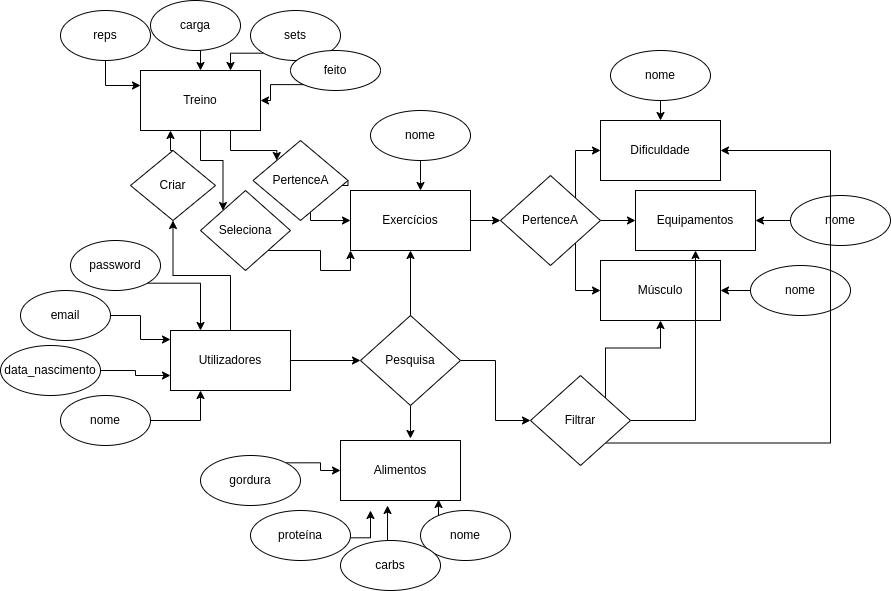
tskxz/BrowseMuscle keeps this draw.io diagram as docs/imgs/BrowseMuscle.drawio.png. Above is the earlier version. Source tidied: cells renumbered, new cells last; positions are measured from the earlier drawing's top-left corner, leaving out a move shared by most shapes. Its diagram source:
```xml
<mxGraphModel>
  <root>
    <mxCell id="0" />
    <mxCell id="1" parent="0" />
    <mxCell id="2" style="edgeStyle=orthogonalEdgeStyle;rounded=0;jettySize=auto;html=1;exitX=1;exitY=0.5;exitDx=0;exitDy=0;" parent="1" edge="1" source="3" target="13">
      <mxGeometry relative="1" as="geometry" />
    </mxCell>
    <mxCell id="3" value="Exercícios" style="rounded=0;whiteSpace=wrap;html=1;" parent="1" vertex="1">
      <mxGeometry x="350" y="190" width="120" height="60" as="geometry" />
    </mxCell>
    <mxCell id="4" style="edgeStyle=orthogonalEdgeStyle;rounded=0;jettySize=auto;html=1;exitX=0.5;exitY=0;exitDx=0;exitDy=0;entryX=0.5;entryY=1;entryDx=0;entryDy=0;" parent="1" edge="1" source="6" target="47">
      <mxGeometry relative="1" as="geometry" />
    </mxCell>
    <mxCell id="5" style="edgeStyle=orthogonalEdgeStyle;rounded=0;jettySize=auto;html=1;exitX=1;exitY=0.5;exitDx=0;exitDy=0;entryX=0;entryY=0.5;entryDx=0;entryDy=0;" parent="1" edge="1" source="6" target="34">
      <mxGeometry relative="1" as="geometry" />
    </mxCell>
    <mxCell id="6" value="Utilizadores" style="rounded=0;whiteSpace=wrap;html=1;" parent="1" vertex="1">
      <mxGeometry x="170" y="330" width="120" height="60" as="geometry" />
    </mxCell>
    <mxCell id="7" value="Equipamentos" style="rounded=0;whiteSpace=wrap;html=1;" parent="1" vertex="1">
      <mxGeometry x="635" y="190" width="120" height="60" as="geometry" />
    </mxCell>
    <mxCell id="8" value="Dificuldade" style="rounded=0;whiteSpace=wrap;html=1;" parent="1" vertex="1">
      <mxGeometry x="600" y="120" width="120" height="60" as="geometry" />
    </mxCell>
    <mxCell id="9" value="Músculo" style="rounded=0;whiteSpace=wrap;html=1;" parent="1" vertex="1">
      <mxGeometry x="600" y="260" width="120" height="60" as="geometry" />
    </mxCell>
    <mxCell id="10" style="edgeStyle=orthogonalEdgeStyle;rounded=0;jettySize=auto;html=1;exitX=1;exitY=0.5;exitDx=0;exitDy=0;" parent="1" edge="1" source="13" target="7">
      <mxGeometry relative="1" as="geometry" />
    </mxCell>
    <mxCell id="11" style="edgeStyle=orthogonalEdgeStyle;rounded=0;jettySize=auto;html=1;exitX=1;exitY=1;exitDx=0;exitDy=0;entryX=0;entryY=0.5;entryDx=0;entryDy=0;" parent="1" edge="1" source="13" target="9">
      <mxGeometry relative="1" as="geometry" />
    </mxCell>
    <mxCell id="12" style="edgeStyle=orthogonalEdgeStyle;rounded=0;jettySize=auto;html=1;exitX=1;exitY=0;exitDx=0;exitDy=0;entryX=0;entryY=0.5;entryDx=0;entryDy=0;" parent="1" edge="1" source="13" target="8">
      <mxGeometry relative="1" as="geometry" />
    </mxCell>
    <mxCell id="13" value="PertenceA" style="rhombus;whiteSpace=wrap;html=1;" parent="1" vertex="1">
      <mxGeometry x="500" y="175" width="100" height="90" as="geometry" />
    </mxCell>
    <mxCell id="14" style="edgeStyle=orthogonalEdgeStyle;rounded=0;jettySize=auto;html=1;exitX=0.5;exitY=1;exitDx=0;exitDy=0;" parent="1" edge="1" source="15" target="3">
      <mxGeometry relative="1" as="geometry">
        <Array as="points">
          <mxPoint x="420" y="180" />
          <mxPoint x="420" y="180" />
        </Array>
      </mxGeometry>
    </mxCell>
    <mxCell id="15" value="nome" style="ellipse;whiteSpace=wrap;html=1;" parent="1" vertex="1">
      <mxGeometry x="370" y="110" width="100" height="50" as="geometry" />
    </mxCell>
    <mxCell id="16" style="edgeStyle=orthogonalEdgeStyle;rounded=0;jettySize=auto;html=1;exitX=0.5;exitY=1;exitDx=0;exitDy=0;entryX=0.5;entryY=0;entryDx=0;entryDy=0;" parent="1" edge="1" source="17" target="8">
      <mxGeometry relative="1" as="geometry" />
    </mxCell>
    <mxCell id="17" value="nome" style="ellipse;whiteSpace=wrap;html=1;" parent="1" vertex="1">
      <mxGeometry x="610" y="50" width="100" height="50" as="geometry" />
    </mxCell>
    <mxCell id="18" style="edgeStyle=orthogonalEdgeStyle;rounded=0;jettySize=auto;html=1;exitX=0;exitY=0.5;exitDx=0;exitDy=0;entryX=1;entryY=0.5;entryDx=0;entryDy=0;" parent="1" edge="1" target="7">
      <mxGeometry relative="1" as="geometry">
        <mxPoint x="790" y="220" as="sourcePoint" />
      </mxGeometry>
    </mxCell>
    <mxCell id="19" value="nome" style="ellipse;whiteSpace=wrap;html=1;" parent="1" vertex="1">
      <mxGeometry x="790" y="195" width="100" height="50" as="geometry" />
    </mxCell>
    <mxCell id="20" style="edgeStyle=orthogonalEdgeStyle;rounded=0;jettySize=auto;html=1;exitX=0;exitY=0.5;exitDx=0;exitDy=0;" parent="1" edge="1" source="21" target="9">
      <mxGeometry relative="1" as="geometry" />
    </mxCell>
    <mxCell id="21" value="nome" style="ellipse;whiteSpace=wrap;html=1;" parent="1" vertex="1">
      <mxGeometry x="750" y="265" width="100" height="50" as="geometry" />
    </mxCell>
    <mxCell id="22" value="Alimentos" style="rounded=0;whiteSpace=wrap;html=1;" parent="1" vertex="1">
      <mxGeometry x="340" y="440" width="120" height="60" as="geometry" />
    </mxCell>
    <mxCell id="23" style="edgeStyle=orthogonalEdgeStyle;rounded=0;jettySize=auto;html=1;exitX=0;exitY=0;exitDx=0;exitDy=0;entryX=0.817;entryY=0.983;entryDx=0;entryDy=0;entryPerimeter=0;" parent="1" edge="1" source="24" target="22">
      <mxGeometry relative="1" as="geometry" />
    </mxCell>
    <mxCell id="24" value="nome" style="ellipse;whiteSpace=wrap;html=1;" parent="1" vertex="1">
      <mxGeometry x="420" y="510" width="90" height="50" as="geometry" />
    </mxCell>
    <mxCell id="25" style="edgeStyle=orthogonalEdgeStyle;rounded=0;orthogonalLoop=1;jettySize=auto;html=1;exitX=1;exitY=0;exitDx=0;exitDy=0;" parent="1" edge="1">
      <mxGeometry relative="1" as="geometry">
        <mxPoint x="345.4" y="537.3" as="sourcePoint" />
        <mxPoint x="370" y="510" as="targetPoint" />
      </mxGeometry>
    </mxCell>
    <mxCell id="26" value="proteína" style="ellipse;whiteSpace=wrap;html=1;" parent="1" vertex="1">
      <mxGeometry x="250" y="510" width="100" height="50" as="geometry" />
    </mxCell>
    <mxCell id="27" style="edgeStyle=orthogonalEdgeStyle;rounded=0;jettySize=auto;html=1;exitX=0.5;exitY=0;exitDx=0;exitDy=0;entryX=0.392;entryY=1.083;entryDx=0;entryDy=0;entryPerimeter=0;" parent="1" edge="1" source="28" target="22">
      <mxGeometry relative="1" as="geometry" />
    </mxCell>
    <mxCell id="28" value="carbs" style="ellipse;whiteSpace=wrap;html=1;" parent="1" vertex="1">
      <mxGeometry x="340" y="540" width="100" height="50" as="geometry" />
    </mxCell>
    <mxCell id="29" style="edgeStyle=orthogonalEdgeStyle;rounded=0;jettySize=auto;html=1;exitX=1;exitY=0;exitDx=0;exitDy=0;entryX=0;entryY=0.5;entryDx=0;entryDy=0;" parent="1" edge="1" source="30" target="22">
      <mxGeometry relative="1" as="geometry" />
    </mxCell>
    <mxCell id="30" value="gordura" style="ellipse;whiteSpace=wrap;html=1;" parent="1" vertex="1">
      <mxGeometry x="200" y="455" width="100" height="50" as="geometry" />
    </mxCell>
    <mxCell id="31" style="edgeStyle=orthogonalEdgeStyle;rounded=0;jettySize=auto;html=1;exitX=0.5;exitY=0;exitDx=0;exitDy=0;entryX=0.5;entryY=1;entryDx=0;entryDy=0;" parent="1" edge="1" source="34" target="3">
      <mxGeometry relative="1" as="geometry" />
    </mxCell>
    <mxCell id="32" style="edgeStyle=orthogonalEdgeStyle;rounded=0;jettySize=auto;html=1;exitX=0.5;exitY=1;exitDx=0;exitDy=0;entryX=0.583;entryY=-0.033;entryDx=0;entryDy=0;entryPerimeter=0;" parent="1" edge="1" source="34" target="22">
      <mxGeometry relative="1" as="geometry" />
    </mxCell>
    <mxCell id="33" style="edgeStyle=orthogonalEdgeStyle;rounded=0;jettySize=auto;html=1;exitX=1;exitY=0.5;exitDx=0;exitDy=0;entryX=0;entryY=0.5;entryDx=0;entryDy=0;" parent="1" edge="1" source="34" target="63">
      <mxGeometry relative="1" as="geometry" />
    </mxCell>
    <mxCell id="34" value="Pesquisa" style="rhombus;whiteSpace=wrap;html=1;" parent="1" vertex="1">
      <mxGeometry x="360" y="315" width="100" height="90" as="geometry" />
    </mxCell>
    <mxCell id="35" style="edgeStyle=orthogonalEdgeStyle;rounded=0;jettySize=auto;html=1;exitX=1;exitY=0.5;exitDx=0;exitDy=0;entryX=0;entryY=0.75;entryDx=0;entryDy=0;" parent="1" edge="1" source="36" target="6">
      <mxGeometry relative="1" as="geometry" />
    </mxCell>
    <mxCell id="36" value="data_nascimento" style="ellipse;whiteSpace=wrap;html=1;" parent="1" vertex="1">
      <mxGeometry y="345" width="100" height="50" as="geometry" />
    </mxCell>
    <mxCell id="37" style="edgeStyle=orthogonalEdgeStyle;rounded=0;jettySize=auto;html=1;exitX=1;exitY=0.5;exitDx=0;exitDy=0;entryX=0;entryY=0.15;entryDx=0;entryDy=0;entryPerimeter=0;" parent="1" edge="1" source="38" target="6">
      <mxGeometry relative="1" as="geometry" />
    </mxCell>
    <mxCell id="38" value="email" style="ellipse;whiteSpace=wrap;html=1;" parent="1" vertex="1">
      <mxGeometry x="20" y="290" width="90" height="50" as="geometry" />
    </mxCell>
    <mxCell id="39" style="edgeStyle=orthogonalEdgeStyle;rounded=0;jettySize=auto;html=1;exitX=1;exitY=1;exitDx=0;exitDy=0;entryX=0.25;entryY=0;entryDx=0;entryDy=0;" parent="1" edge="1" source="40" target="6">
      <mxGeometry relative="1" as="geometry" />
    </mxCell>
    <mxCell id="40" value="password" style="ellipse;whiteSpace=wrap;html=1;" parent="1" vertex="1">
      <mxGeometry x="70" y="240" width="90" height="50" as="geometry" />
    </mxCell>
    <mxCell id="41" style="edgeStyle=orthogonalEdgeStyle;rounded=0;jettySize=auto;html=1;exitX=0.75;exitY=1;exitDx=0;exitDy=0;entryX=0;entryY=0;entryDx=0;entryDy=0;" parent="1" edge="1" source="43" target="49">
      <mxGeometry relative="1" as="geometry" />
    </mxCell>
    <mxCell id="42" style="edgeStyle=orthogonalEdgeStyle;rounded=0;jettySize=auto;html=1;exitX=0.5;exitY=1;exitDx=0;exitDy=0;entryX=0;entryY=0;entryDx=0;entryDy=0;" parent="1" edge="1" source="43" target="59">
      <mxGeometry relative="1" as="geometry" />
    </mxCell>
    <mxCell id="43" value="Treino" style="rounded=0;whiteSpace=wrap;html=1;" parent="1" vertex="1">
      <mxGeometry x="140" y="70" width="120" height="60" as="geometry" />
    </mxCell>
    <mxCell id="44" style="edgeStyle=orthogonalEdgeStyle;rounded=0;jettySize=auto;html=1;exitX=1;exitY=0.5;exitDx=0;exitDy=0;entryX=0.25;entryY=1;entryDx=0;entryDy=0;" parent="1" edge="1" source="45" target="6">
      <mxGeometry relative="1" as="geometry" />
    </mxCell>
    <mxCell id="45" value="nome" style="ellipse;whiteSpace=wrap;html=1;" parent="1" vertex="1">
      <mxGeometry x="60" y="395" width="90" height="50" as="geometry" />
    </mxCell>
    <mxCell id="46" style="edgeStyle=orthogonalEdgeStyle;rounded=0;jettySize=auto;html=1;exitX=0.5;exitY=0;exitDx=0;exitDy=0;entryX=0.25;entryY=1;entryDx=0;entryDy=0;" parent="1" edge="1" source="47" target="43">
      <mxGeometry relative="1" as="geometry" />
    </mxCell>
    <mxCell id="47" value="Criar" style="rhombus;whiteSpace=wrap;html=1;" parent="1" vertex="1">
      <mxGeometry x="130" y="150" width="85" height="70" as="geometry" />
    </mxCell>
    <mxCell id="48" style="edgeStyle=orthogonalEdgeStyle;rounded=0;jettySize=auto;html=1;exitX=1;exitY=0.5;exitDx=0;exitDy=0;" parent="1" edge="1" source="49">
      <mxGeometry relative="1" as="geometry">
        <mxPoint x="350" y="220" as="targetPoint" />
        <Array as="points">
          <mxPoint x="310" y="185" />
          <mxPoint x="310" y="220" />
        </Array>
      </mxGeometry>
    </mxCell>
    <mxCell id="49" value="PertenceA" style="rhombus;whiteSpace=wrap;html=1;" parent="1" vertex="1">
      <mxGeometry x="252.5" y="140" width="95" height="80" as="geometry" />
    </mxCell>
    <mxCell id="50" style="edgeStyle=orthogonalEdgeStyle;rounded=0;jettySize=auto;html=1;exitX=0.5;exitY=1;exitDx=0;exitDy=0;entryX=0;entryY=0.25;entryDx=0;entryDy=0;" parent="1" edge="1" source="51" target="43">
      <mxGeometry relative="1" as="geometry" />
    </mxCell>
    <mxCell id="51" value="reps" style="ellipse;whiteSpace=wrap;html=1;" parent="1" vertex="1">
      <mxGeometry x="60" y="10" width="90" height="50" as="geometry" />
    </mxCell>
    <mxCell id="52" style="edgeStyle=orthogonalEdgeStyle;rounded=0;jettySize=auto;html=1;exitX=0.5;exitY=1;exitDx=0;exitDy=0;entryX=0.5;entryY=0;entryDx=0;entryDy=0;" parent="1" edge="1" source="53" target="43">
      <mxGeometry relative="1" as="geometry" />
    </mxCell>
    <mxCell id="53" value="carga" style="ellipse;whiteSpace=wrap;html=1;" parent="1" vertex="1">
      <mxGeometry x="150" width="90" height="50" as="geometry" />
    </mxCell>
    <mxCell id="54" style="edgeStyle=orthogonalEdgeStyle;rounded=0;jettySize=auto;html=1;exitX=0;exitY=1;exitDx=0;exitDy=0;entryX=0.75;entryY=0;entryDx=0;entryDy=0;" parent="1" edge="1" source="55" target="43">
      <mxGeometry relative="1" as="geometry" />
    </mxCell>
    <mxCell id="55" value="sets" style="ellipse;whiteSpace=wrap;html=1;" parent="1" vertex="1">
      <mxGeometry x="250" y="10" width="90" height="50" as="geometry" />
    </mxCell>
    <mxCell id="56" style="edgeStyle=orthogonalEdgeStyle;rounded=0;jettySize=auto;html=1;exitX=0;exitY=1;exitDx=0;exitDy=0;entryX=1;entryY=0.5;entryDx=0;entryDy=0;" parent="1" edge="1" source="57" target="43">
      <mxGeometry relative="1" as="geometry" />
    </mxCell>
    <mxCell id="57" value="feito" style="ellipse;whiteSpace=wrap;html=1;" parent="1" vertex="1">
      <mxGeometry x="290" y="50" width="90" height="40" as="geometry" />
    </mxCell>
    <mxCell id="58" style="edgeStyle=orthogonalEdgeStyle;rounded=0;jettySize=auto;html=1;exitX=1;exitY=1;exitDx=0;exitDy=0;entryX=0;entryY=1;entryDx=0;entryDy=0;" parent="1" edge="1" source="59" target="3">
      <mxGeometry relative="1" as="geometry" />
    </mxCell>
    <mxCell id="59" value="Seleciona" style="rhombus;whiteSpace=wrap;html=1;" parent="1" vertex="1">
      <mxGeometry x="200" y="190" width="90" height="80" as="geometry" />
    </mxCell>
    <mxCell id="60" style="edgeStyle=orthogonalEdgeStyle;rounded=0;jettySize=auto;html=1;exitX=1;exitY=0.5;exitDx=0;exitDy=0;" parent="1" edge="1" source="63" target="7">
      <mxGeometry relative="1" as="geometry" />
    </mxCell>
    <mxCell id="61" style="edgeStyle=orthogonalEdgeStyle;rounded=0;jettySize=auto;html=1;exitX=1;exitY=0;exitDx=0;exitDy=0;entryX=0.5;entryY=1;entryDx=0;entryDy=0;" parent="1" edge="1" source="63" target="9">
      <mxGeometry relative="1" as="geometry" />
    </mxCell>
    <mxCell id="62" style="edgeStyle=orthogonalEdgeStyle;rounded=0;jettySize=auto;html=1;exitX=1;exitY=1;exitDx=0;exitDy=0;entryX=1;entryY=0.5;entryDx=0;entryDy=0;" parent="1" edge="1" source="63" target="8">
      <mxGeometry relative="1" as="geometry">
        <Array as="points">
          <mxPoint x="830" y="443" />
          <mxPoint x="830" y="150" />
        </Array>
      </mxGeometry>
    </mxCell>
    <mxCell id="63" value="Filtrar" style="rhombus;whiteSpace=wrap;html=1;" parent="1" vertex="1">
      <mxGeometry x="530" y="375" width="100" height="90" as="geometry" />
    </mxCell>
  </root>
</mxGraphModel>
```
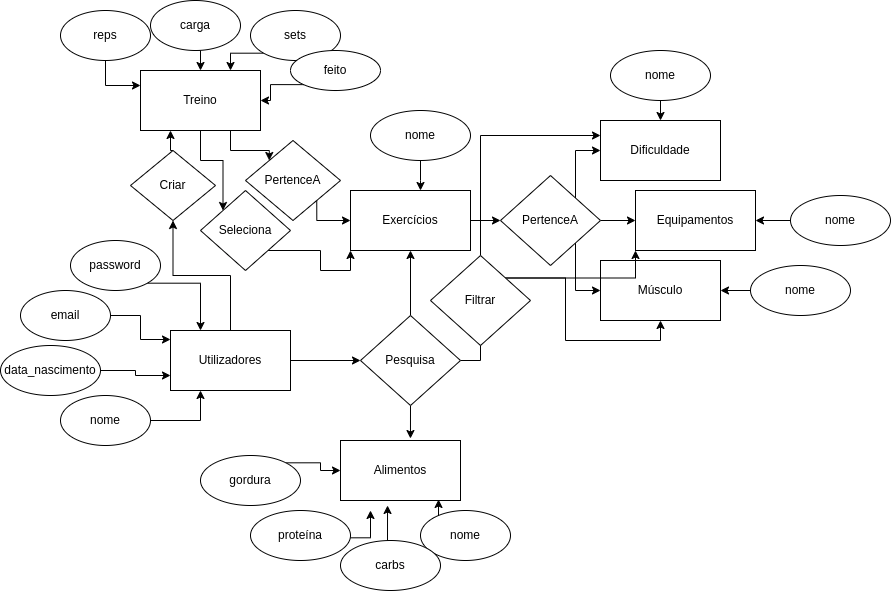
Above is the later version.

What changed in the source:
```diff
@@ -150,17 +150,15 @@
     <mxCell id="47" value="Criar" style="rhombus;whiteSpace=wrap;html=1;" parent="1" vertex="1">
       <mxGeometry x="130" y="150" width="85" height="70" as="geometry" />
     </mxCell>
-    <mxCell id="48" style="edgeStyle=orthogonalEdgeStyle;rounded=0;jettySize=auto;html=1;exitX=1;exitY=0.5;exitDx=0;exitDy=0;" parent="1" edge="1" source="49">
-      <mxGeometry relative="1" as="geometry">
-        <mxPoint x="350" y="220" as="targetPoint" />
-        <Array as="points">
-          <mxPoint x="310" y="185" />
-          <mxPoint x="310" y="220" />
-        </Array>
-      </mxGeometry>
-    </mxCell>
+    <mxCell id="64" style="edgeStyle=orthogonalEdgeStyle;rounded=0;jettySize=auto;html=1;exitX=1;exitY=1;exitDx=0;exitDy=0;entryX=0;entryY=0.5;entryDx=0;entryDy=0;" parent="1" edge="1" source="49" target="3">
+      <mxGeometry relative="1" as="geometry">
+        <Array as="points">
+          <mxPoint x="316" y="220" />
+        </Array>
+      </mxGeometry>
+    </mxCell>
     <mxCell id="49" value="PertenceA" style="rhombus;whiteSpace=wrap;html=1;" parent="1" vertex="1">
-      <mxGeometry x="252.5" y="140" width="95" height="80" as="geometry" />
+      <mxGeometry x="245" y="140" width="95" height="80" as="geometry" />
     </mxCell>
     <mxCell id="50" style="edgeStyle=orthogonalEdgeStyle;rounded=0;jettySize=auto;html=1;exitX=0.5;exitY=1;exitDx=0;exitDy=0;entryX=0;entryY=0.25;entryDx=0;entryDy=0;" parent="1" edge="1" source="51" target="43">
       <mxGeometry relative="1" as="geometry" />
@@ -192,22 +190,17 @@
     <mxCell id="59" value="Seleciona" style="rhombus;whiteSpace=wrap;html=1;" parent="1" vertex="1">
       <mxGeometry x="200" y="190" width="90" height="80" as="geometry" />
     </mxCell>
-    <mxCell id="60" style="edgeStyle=orthogonalEdgeStyle;rounded=0;jettySize=auto;html=1;exitX=1;exitY=0.5;exitDx=0;exitDy=0;" parent="1" edge="1" source="63" target="7">
-      <mxGeometry relative="1" as="geometry" />
-    </mxCell>
     <mxCell id="61" style="edgeStyle=orthogonalEdgeStyle;rounded=0;jettySize=auto;html=1;exitX=1;exitY=0;exitDx=0;exitDy=0;entryX=0.5;entryY=1;entryDx=0;entryDy=0;" parent="1" edge="1" source="63" target="9">
       <mxGeometry relative="1" as="geometry" />
     </mxCell>
-    <mxCell id="62" style="edgeStyle=orthogonalEdgeStyle;rounded=0;jettySize=auto;html=1;exitX=1;exitY=1;exitDx=0;exitDy=0;entryX=1;entryY=0.5;entryDx=0;entryDy=0;" parent="1" edge="1" source="63" target="8">
-      <mxGeometry relative="1" as="geometry">
-        <Array as="points">
-          <mxPoint x="830" y="443" />
-          <mxPoint x="830" y="150" />
-        </Array>
-      </mxGeometry>
+    <mxCell id="62" style="edgeStyle=orthogonalEdgeStyle;rounded=0;jettySize=auto;html=1;exitX=0.5;exitY=0;exitDx=0;exitDy=0;entryX=0;entryY=0.25;entryDx=0;entryDy=0;" parent="1" edge="1" source="63" target="8">
+      <mxGeometry relative="1" as="geometry" />
     </mxCell>
+    <mxCell id="60" style="edgeStyle=orthogonalEdgeStyle;rounded=0;jettySize=auto;html=1;exitX=1;exitY=0;exitDx=0;exitDy=0;entryX=0;entryY=1;entryDx=0;entryDy=0;" parent="1" edge="1" source="63" target="7">
+      <mxGeometry relative="1" as="geometry" />
+    </mxCell>
     <mxCell id="63" value="Filtrar" style="rhombus;whiteSpace=wrap;html=1;" parent="1" vertex="1">
-      <mxGeometry x="530" y="375" width="100" height="90" as="geometry" />
+      <mxGeometry x="430" y="255" width="100" height="90" as="geometry" />
     </mxCell>
   </root>
 </mxGraphModel>
```
